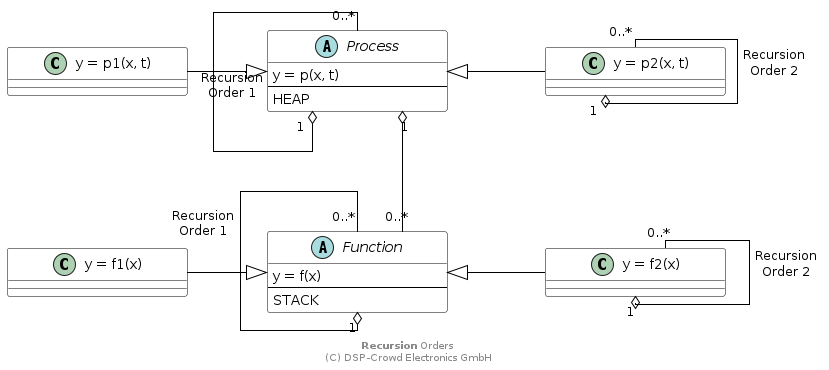
This is doc/system/recursion.png from NoOrientationProgramming/ProcessingTutorials, a PlantUML export, as it was before one commit.
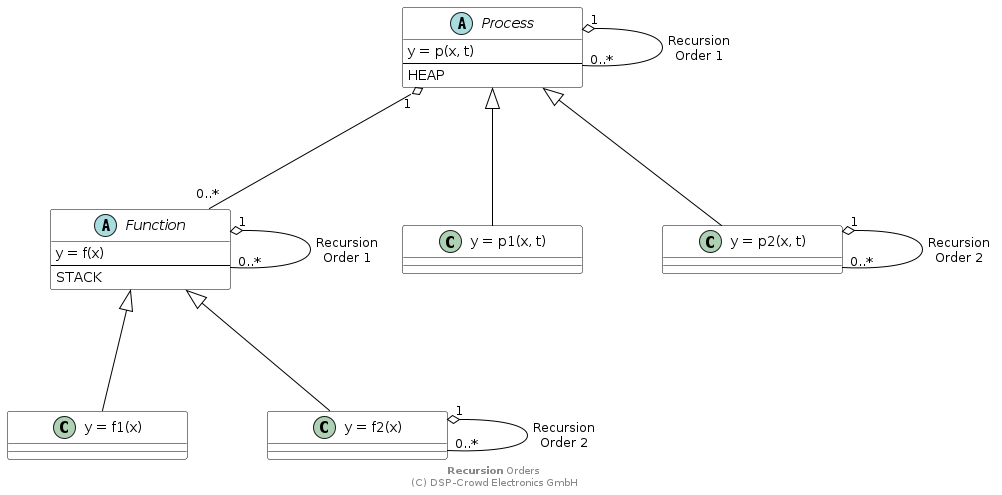
Later version of the same file.

The edit, as a diff of the source:
```diff
@@ -1,6 +1,5 @@
 @startuml
 
-skinparam linetype ortho
 skinparam minClassWidth 180
 
 skinparam nodesep 80
@@ -30,15 +29,15 @@
 class "y = f1(x)" as func1 {}
 class "y = f2(x)" as func2 {}
 
-proc "1" o-u- "0..*" proc : "Recursion\nOrder 1"
-func "1" o-u- "0..*" func : "Recursion\nOrder 1"
+proc "1" o-d- "0..*" proc : "Recursion\nOrder 1"
+func "1" o-d- "0..*" func : "Recursion\nOrder 1"
 proc "1" o-d- "0..*" func
-proc <|-l- proc1
-proc <|-r- proc2
-func <|-l- func1
-func <|-r- func2
-proc2 "1" o-u- "0..*" proc2 : "Recursion\nOrder 2"
-func2 "1" o-u- "0..*" func2 : "Recursion\nOrder 2"
+proc <|-d- proc1
+proc <|-d- proc2
+func <|-d- func2
+func <|-d- func1
+proc2 "1" o-d- "0..*" proc2 : "Recursion\nOrder 2"
+func2 "1" o-d- "0..*" func2 : "Recursion\nOrder 2"
 
 footer **Recursion** Orders \n(C) DSP-Crowd Electronics GmbH
 
```
